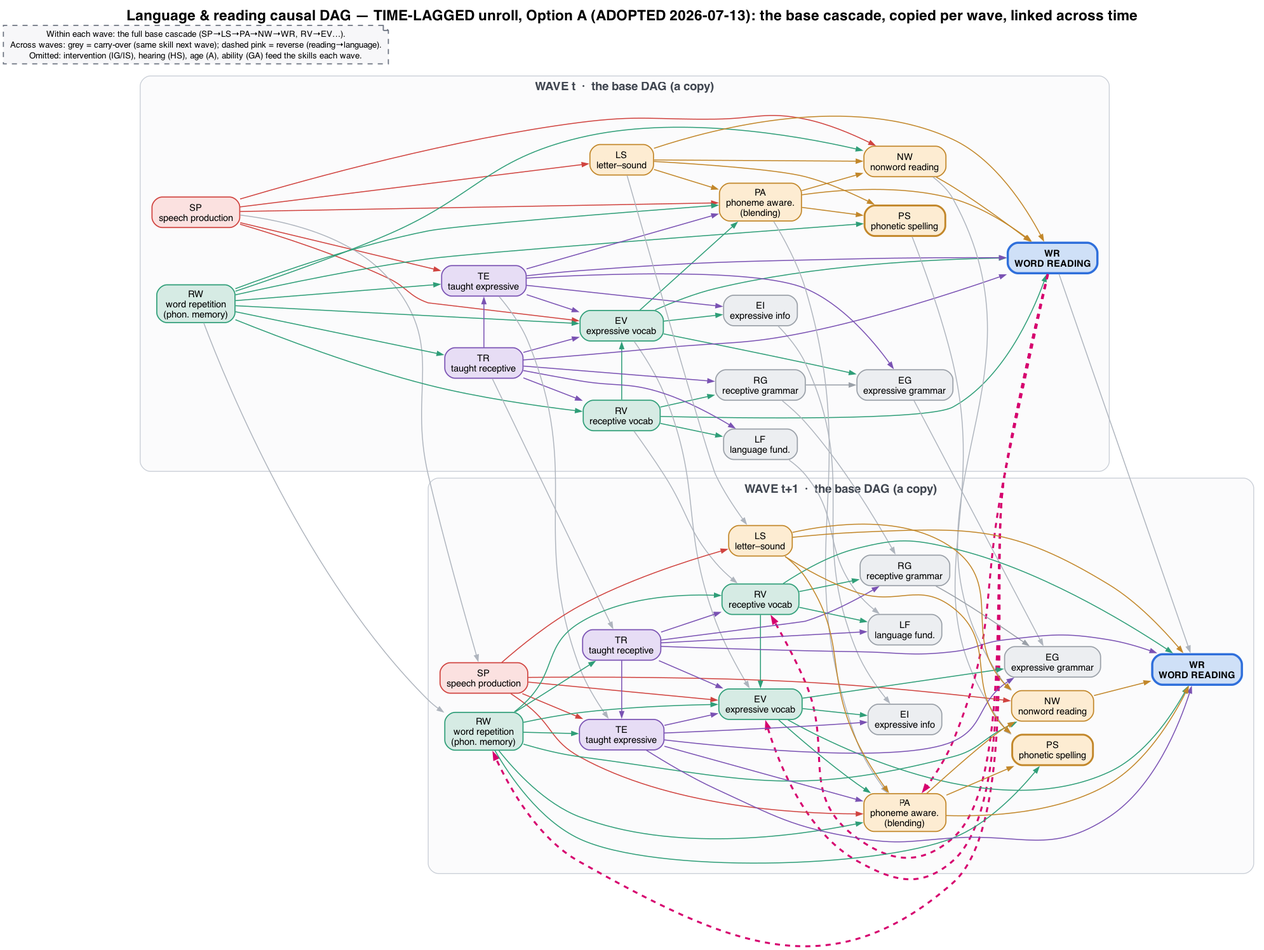
Above: dag/dag-language-reading-lagged-per-wave.png in dseinternational/language-reading-predictors (Graphviz), before the change. Its source is kept beside it as dag/dag-language-reading-lagged-per-wave.dot. Its diagram source:
```dot
digraph COPYPASTE {
  rankdir=LR; compound=true; bgcolor="white"; splines=true;
  labelloc="t"; fontname="Helvetica-Bold"; fontsize=17;
  label="Language & reading causal DAG — TIME-LAGGED unroll, Option A (ADOPTED 2026-07-13): the base cascade, copied per wave, linked across time";
  nodesep=0.22; ranksep=0.85;
  node [shape=box, style="rounded,filled", fontname="Helvetica", fontsize=11, margin="0.11,0.06", penwidth=1.3, color="#9aa0a8", fillcolor="#eceef1"];
  edge [arrowsize=0.7, penwidth=1.15];
  subgraph cluster_1 {
    label="WAVE t  ·  the base DAG (a copy)"; labelloc="t"; fontname="Helvetica-Bold"; fontsize=14; fontcolor="#404650";
    style="rounded,filled"; color="#c9ced6"; fillcolor="#fbfbfc"; margin=14;
    "SP_1" [label="SP\nspeech production", fillcolor="#fbe1e0", color="#d0433f"];
    "RW_1" [label="RW\nword repetition\n(phon. memory)", fillcolor="#d6ebe4", color="#2f9e78"];
    "RV_1" [label="RV\nreceptive vocab", fillcolor="#d6ebe4", color="#2f9e78"];
    "EV_1" [label="EV\nexpressive vocab", fillcolor="#d6ebe4", color="#2f9e78"];
    "LF_1" [label="LF\nlanguage fund.", fillcolor="#eceef1", color="#9aa0a8"];
    "RG_1" [label="RG\nreceptive grammar", fillcolor="#eceef1", color="#9aa0a8"];
    "EI_1" [label="EI\nexpressive info", fillcolor="#eceef1", color="#9aa0a8"];
    "EG_1" [label="EG\nexpressive grammar", fillcolor="#eceef1", color="#9aa0a8"];
    "TR_1" [label="TR\ntaught receptive", fillcolor="#e7ddf5", color="#7a52b3"];
    "TE_1" [label="TE\ntaught expressive", fillcolor="#e7ddf5", color="#7a52b3"];
    "LS_1" [label="LS\nletter–sound", fillcolor="#fdecd2", color="#c2872a"];
    "PA_1" [label="PA\nphoneme aware.\n(blending)", fillcolor="#fdecd2", color="#c2872a"];
    "NW_1" [label="NW\nnonword reading", fillcolor="#fdecd2", color="#c2872a"];
    "PS_1" [label="PS\nphonetic spelling", fillcolor="#fdecd2", color="#c2872a", penwidth=2.2];
    "WR_1" [label="WR\nWORD READING", fillcolor="#cfe0f7", color="#2f6fdb", penwidth=2.6, fontname="Helvetica-Bold"];
    "TR_1" -> "TE_1" [color="#7a52b3", penwidth=1.15];
    "TR_1" -> "RV_1" [color="#7a52b3", penwidth=1.15];
    "TR_1" -> "EV_1" [color="#7a52b3", penwidth=1.15];
    "TR_1" -> "LF_1" [color="#7a52b3", penwidth=1.15];
    "TR_1" -> "RG_1" [color="#7a52b3", penwidth=1.15];
    "TR_1" -> "WR_1" [color="#7a52b3", penwidth=1.15];
    "TE_1" -> "EV_1" [color="#7a52b3", penwidth=1.15];
    "TE_1" -> "EG_1" [color="#7a52b3", penwidth=1.15];
    "TE_1" -> "EI_1" [color="#7a52b3", penwidth=1.15];
    "TE_1" -> "PA_1" [color="#7a52b3", penwidth=1.15];
    "TE_1" -> "WR_1" [color="#7a52b3", penwidth=1.15];
    "RW_1" -> "TE_1" [color="#2f9e78", penwidth=1.15];
    "RW_1" -> "EV_1" [color="#2f9e78", penwidth=1.15];
    "RW_1" -> "TR_1" [color="#2f9e78", penwidth=1.15];
    "RW_1" -> "RV_1" [color="#2f9e78", penwidth=1.15];
    "RW_1" -> "PA_1" [color="#2f9e78", penwidth=1.15];
    "RW_1" -> "NW_1" [color="#2f9e78", penwidth=1.15];
    "RW_1" -> "PS_1" [color="#2f9e78", penwidth=1.15];
    "RV_1" -> "EV_1" [color="#2f9e78", penwidth=1.15];
    "RV_1" -> "LF_1" [color="#2f9e78", penwidth=1.15];
    "RV_1" -> "RG_1" [color="#2f9e78", penwidth=1.15];
    "RV_1" -> "WR_1" [color="#2f9e78", penwidth=1.15];
    "EV_1" -> "EG_1" [color="#2f9e78", penwidth=1.15];
    "EV_1" -> "EI_1" [color="#2f9e78", penwidth=1.15];
    "EV_1" -> "PA_1" [color="#2f9e78", penwidth=1.15];
    "EV_1" -> "WR_1" [color="#2f9e78", penwidth=1.15];
    "SP_1" -> "TE_1" [color="#d0433f", penwidth=1.15];
    "SP_1" -> "EV_1" [color="#d0433f", penwidth=1.15];
    "SP_1" -> "LS_1" [color="#d0433f", penwidth=1.15];
    "SP_1" -> "PA_1" [color="#d0433f", penwidth=1.15];
    "SP_1" -> "NW_1" [color="#d0433f", penwidth=1.15];
    "LS_1" -> "NW_1" [color="#c2872a", penwidth=1.15];
    "LS_1" -> "PA_1" [color="#c2872a", penwidth=1.15];
    "LS_1" -> "PS_1" [color="#c2872a", penwidth=1.15];
    "LS_1" -> "WR_1" [color="#c2872a", penwidth=1.15];
    "NW_1" -> "WR_1" [color="#c2872a", penwidth=1.15];
    "PA_1" -> "NW_1" [color="#c2872a", penwidth=1.15];
    "PA_1" -> "WR_1" [color="#c2872a", penwidth=1.15];
    "PA_1" -> "PS_1" [color="#c2872a", penwidth=1.15];
    "RG_1" -> "EG_1" [color="#9aa0a8", penwidth=1.15];
    {rank=same; "SP_1"; "RW_1";}
    {rank=same; "TR_1"; "TE_1";}
    {rank=same; "RV_1"; "EV_1";}
    {rank=same; "NW_1"; "PS_1";}
  }
  subgraph cluster_2 {
    label="WAVE t+1  ·  the base DAG (a copy)"; labelloc="t"; fontname="Helvetica-Bold"; fontsize=14; fontcolor="#404650";
    style="rounded,filled"; color="#c9ced6"; fillcolor="#fbfbfc"; margin=14;
    "SP_2" [label="SP\nspeech production", fillcolor="#fbe1e0", color="#d0433f"];
    "RW_2" [label="RW\nword repetition\n(phon. memory)", fillcolor="#d6ebe4", color="#2f9e78"];
    "RV_2" [label="RV\nreceptive vocab", fillcolor="#d6ebe4", color="#2f9e78"];
    "EV_2" [label="EV\nexpressive vocab", fillcolor="#d6ebe4", color="#2f9e78"];
    "LF_2" [label="LF\nlanguage fund.", fillcolor="#eceef1", color="#9aa0a8"];
    "RG_2" [label="RG\nreceptive grammar", fillcolor="#eceef1", color="#9aa0a8"];
    "EI_2" [label="EI\nexpressive info", fillcolor="#eceef1", color="#9aa0a8"];
    "EG_2" [label="EG\nexpressive grammar", fillcolor="#eceef1", color="#9aa0a8"];
    "TR_2" [label="TR\ntaught receptive", fillcolor="#e7ddf5", color="#7a52b3"];
    "TE_2" [label="TE\ntaught expressive", fillcolor="#e7ddf5", color="#7a52b3"];
    "LS_2" [label="LS\nletter–sound", fillcolor="#fdecd2", color="#c2872a"];
    "PA_2" [label="PA\nphoneme aware.\n(blending)", fillcolor="#fdecd2", color="#c2872a"];
    "NW_2" [label="NW\nnonword reading", fillcolor="#fdecd2", color="#c2872a"];
    "PS_2" [label="PS\nphonetic spelling", fillcolor="#fdecd2", color="#c2872a", penwidth=2.2];
    "WR_2" [label="WR\nWORD READING", fillcolor="#cfe0f7", color="#2f6fdb", penwidth=2.6, fontname="Helvetica-Bold"];
    "TR_2" -> "TE_2" [color="#7a52b3", penwidth=1.15];
    "TR_2" -> "RV_2" [color="#7a52b3", penwidth=1.15];
    "TR_2" -> "EV_2" [color="#7a52b3", penwidth=1.15];
    "TR_2" -> "LF_2" [color="#7a52b3", penwidth=1.15];
    "TR_2" -> "RG_2" [color="#7a52b3", penwidth=1.15];
    "TR_2" -> "WR_2" [color="#7a52b3", penwidth=1.15];
    "TE_2" -> "EV_2" [color="#7a52b3", penwidth=1.15];
    "TE_2" -> "EG_2" [color="#7a52b3", penwidth=1.15];
    "TE_2" -> "EI_2" [color="#7a52b3", penwidth=1.15];
    "TE_2" -> "PA_2" [color="#7a52b3", penwidth=1.15];
    "TE_2" -> "WR_2" [color="#7a52b3", penwidth=1.15];
    "RW_2" -> "TE_2" [color="#2f9e78", penwidth=1.15];
    "RW_2" -> "EV_2" [color="#2f9e78", penwidth=1.15];
    "RW_2" -> "TR_2" [color="#2f9e78", penwidth=1.15];
    "RW_2" -> "RV_2" [color="#2f9e78", penwidth=1.15];
    "RW_2" -> "PA_2" [color="#2f9e78", penwidth=1.15];
    "RW_2" -> "NW_2" [color="#2f9e78", penwidth=1.15];
    "RW_2" -> "PS_2" [color="#2f9e78", penwidth=1.15];
    "RV_2" -> "EV_2" [color="#2f9e78", penwidth=1.15];
    "RV_2" -> "LF_2" [color="#2f9e78", penwidth=1.15];
    "RV_2" -> "RG_2" [color="#2f9e78", penwidth=1.15];
    "RV_2" -> "WR_2" [color="#2f9e78", penwidth=1.15];
    "EV_2" -> "EG_2" [color="#2f9e78", penwidth=1.15];
    "EV_2" -> "EI_2" [color="#2f9e78", penwidth=1.15];
    "EV_2" -> "PA_2" [color="#2f9e78", penwidth=1.15];
    "EV_2" -> "WR_2" [color="#2f9e78", penwidth=1.15];
    "SP_2" -> "TE_2" [color="#d0433f", penwidth=1.15];
    "SP_2" -> "EV_2" [color="#d0433f", penwidth=1.15];
    "SP_2" -> "LS_2" [color="#d0433f", penwidth=1.15];
    "SP_2" -> "PA_2" [color="#d0433f", penwidth=1.15];
    "SP_2" -> "NW_2" [color="#d0433f", penwidth=1.15];
    "LS_2" -> "NW_2" [color="#c2872a", penwidth=1.15];
    "LS_2" -> "PA_2" [color="#c2872a", penwidth=1.15];
    "LS_2" -> "PS_2" [color="#c2872a", penwidth=1.15];
    "LS_2" -> "WR_2" [color="#c2872a", penwidth=1.15];
    "NW_2" -> "WR_2" [color="#c2872a", penwidth=1.15];
    "PA_2" -> "NW_2" [color="#c2872a", penwidth=1.15];
    "PA_2" -> "WR_2" [color="#c2872a", penwidth=1.15];
    "PA_2" -> "PS_2" [color="#c2872a", penwidth=1.15];
    "RG_2" -> "EG_2" [color="#9aa0a8", penwidth=1.15];
    {rank=same; "SP_2"; "RW_2";}
    {rank=same; "TR_2"; "TE_2";}
    {rank=same; "RV_2"; "EV_2";}
    {rank=same; "NW_2"; "PS_2";}
  }
  "SP_1" -> "SP_2" [color="#aeb4bd", penwidth=1.1];
  "RW_1" -> "RW_2" [color="#aeb4bd", penwidth=1.1];
  "RV_1" -> "RV_2" [color="#aeb4bd", penwidth=1.1];
  "EV_1" -> "EV_2" [color="#aeb4bd", penwidth=1.1];
  "LF_1" -> "LF_2" [color="#aeb4bd", penwidth=1.1];
  "RG_1" -> "RG_2" [color="#aeb4bd", penwidth=1.1];
  "EI_1" -> "EI_2" [color="#aeb4bd", penwidth=1.1];
  "EG_1" -> "EG_2" [color="#aeb4bd", penwidth=1.1];
  "TR_1" -> "TR_2" [color="#aeb4bd", penwidth=1.1];
  "TE_1" -> "TE_2" [color="#aeb4bd", penwidth=1.1];
  "LS_1" -> "LS_2" [color="#aeb4bd", penwidth=1.1];
  "PA_1" -> "PA_2" [color="#aeb4bd", penwidth=1.1];
  "NW_1" -> "NW_2" [color="#aeb4bd", penwidth=1.1];
  "PS_1" -> "PS_2" [color="#aeb4bd", penwidth=1.1];
  "WR_1" -> "WR_2" [color="#aeb4bd", penwidth=1.1];
  "WR_1" -> "EV_2" [color="#d6006e", style=dashed, penwidth=2.3, constraint=false];
  "WR_1" -> "RV_2" [color="#d6006e", style=dashed, penwidth=2.3, constraint=false];
  "WR_1" -> "PA_2" [color="#d6006e", style=dashed, penwidth=2.3, constraint=false];
  "WR_1" -> "RW_2" [color="#d6006e", style=dashed, penwidth=2.3, constraint=false];
  NOTE [shape=note, fillcolor="#f7f7f9", color="#6b7280", fontsize=10, style="filled,dashed",
    label="Within each wave: the full base cascade (SP→LS→PA→NW→WR, RV→EV…).\nAcross waves: grey = carry-over (same skill next wave); dashed pink = reverse (reading→language).\nOmitted: intervention (IG/IS), hearing (HS), age (A), ability (GA) feed the skills each wave."];
  {rank=source; "NOTE";}
}
```
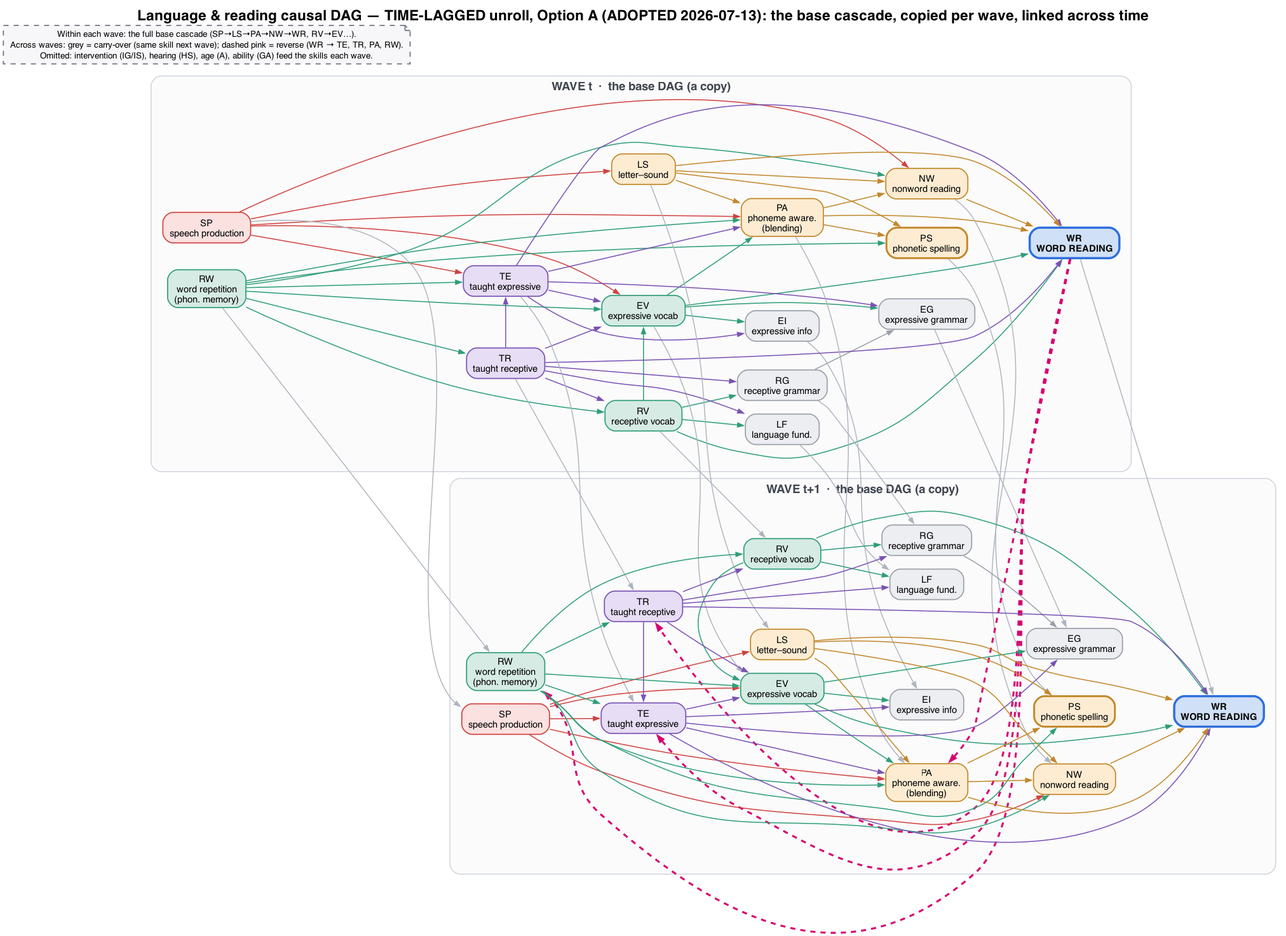
Above is the later version.

Commit message:
docs(dag): retarget the lagged reverse edges at the taught-vocabulary measures (#250)

Diff of the diagram source:
```diff
@@ -146,11 +146,11 @@
   "NW_1" -> "NW_2" [color="#aeb4bd", penwidth=1.1];
   "PS_1" -> "PS_2" [color="#aeb4bd", penwidth=1.1];
   "WR_1" -> "WR_2" [color="#aeb4bd", penwidth=1.1];
-  "WR_1" -> "EV_2" [color="#d6006e", style=dashed, penwidth=2.3, constraint=false];
-  "WR_1" -> "RV_2" [color="#d6006e", style=dashed, penwidth=2.3, constraint=false];
+  "WR_1" -> "TE_2" [color="#d6006e", style=dashed, penwidth=2.3, constraint=false];
+  "WR_1" -> "TR_2" [color="#d6006e", style=dashed, penwidth=2.3, constraint=false];
   "WR_1" -> "PA_2" [color="#d6006e", style=dashed, penwidth=2.3, constraint=false];
   "WR_1" -> "RW_2" [color="#d6006e", style=dashed, penwidth=2.3, constraint=false];
   NOTE [shape=note, fillcolor="#f7f7f9", color="#6b7280", fontsize=10, style="filled,dashed",
-    label="Within each wave: the full base cascade (SP→LS→PA→NW→WR, RV→EV…).\nAcross waves: grey = carry-over (same skill next wave); dashed pink = reverse (reading→language).\nOmitted: intervention (IG/IS), hearing (HS), age (A), ability (GA) feed the skills each wave."];
+    label="Within each wave: the full base cascade (SP→LS→PA→NW→WR, RV→EV…).\nAcross waves: grey = carry-over (same skill next wave); dashed pink = reverse (WR → TE, TR, PA, RW).\nOmitted: intervention (IG/IS), hearing (HS), age (A), ability (GA) feed the skills each wave."];
   {rank=source; "NOTE";}
 }
```
